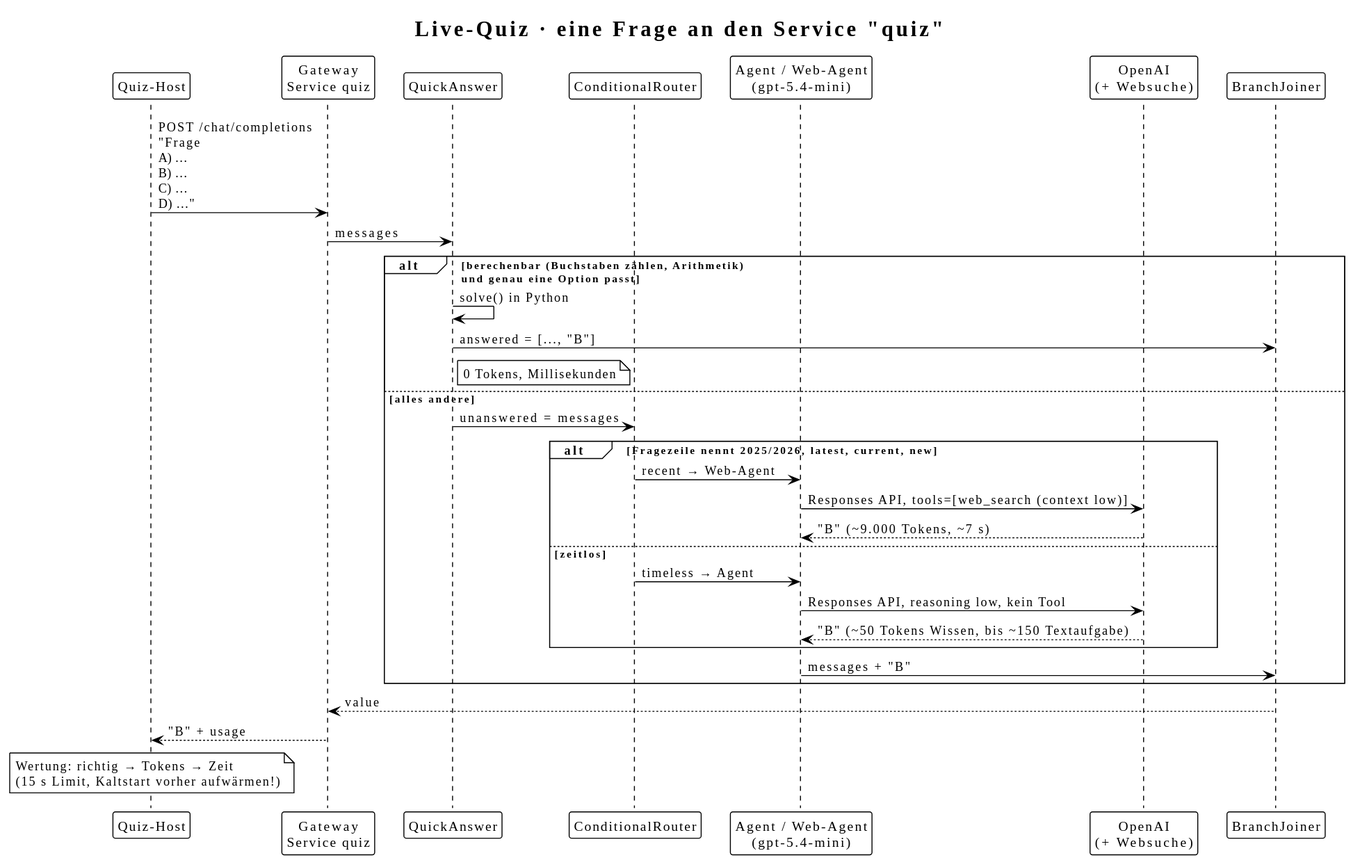
Above: docs/diagrams/live-question.svg in ma3u/hacknight (PlantUML), before the change.
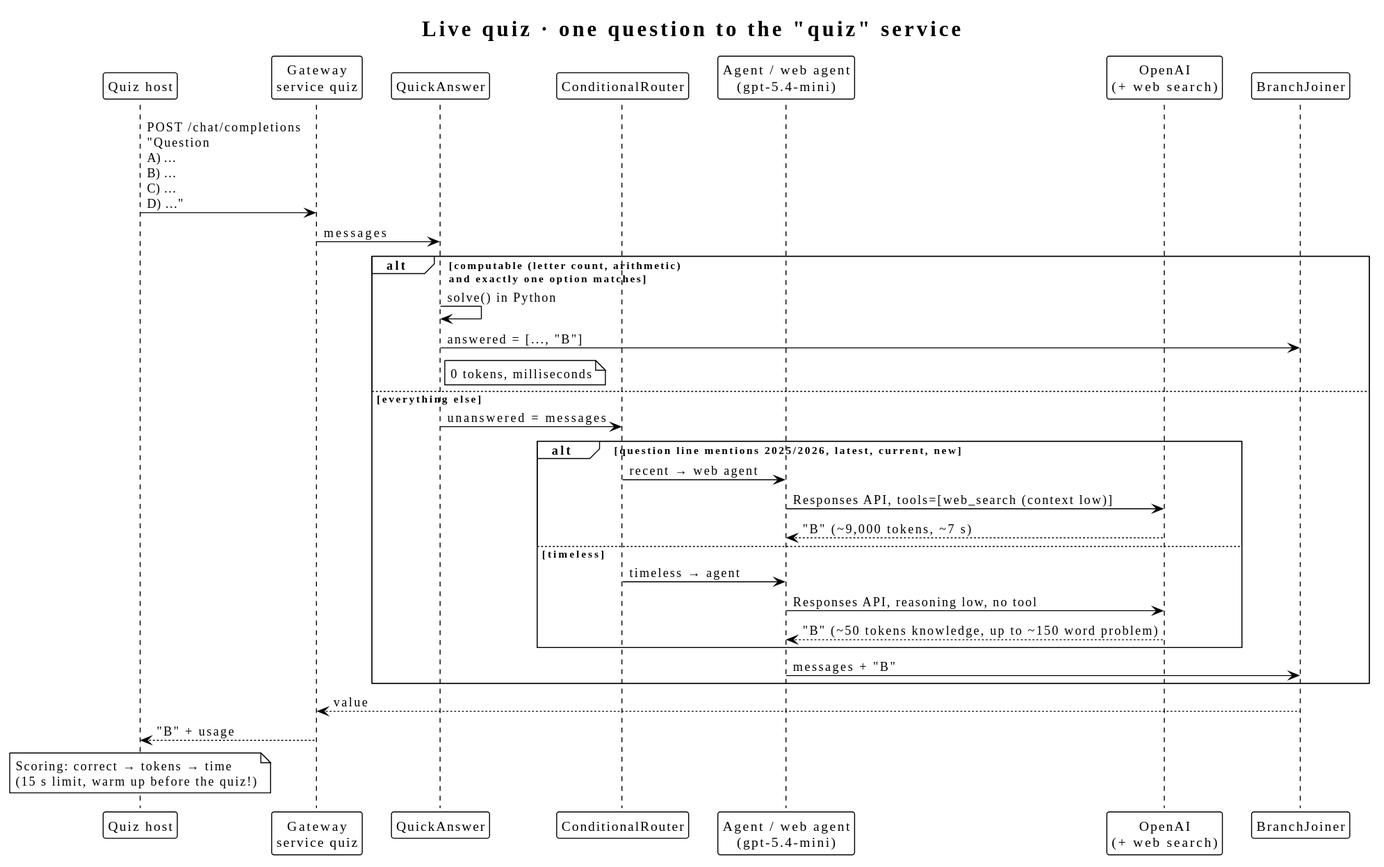
After the commit.

Diff of the diagram source:
```diff
@@ -1,36 +1,36 @@
 @startuml
 !theme plain
 skinparam shadowing false
-title Live-Quiz · eine Frage an den Service "quiz"
+title Live quiz · one question to the "quiz" service
 
-participant "Quiz-Host" as Host
-participant "Gateway\nService quiz" as GW
+participant "Quiz host" as Host
+participant "Gateway\nservice quiz" as GW
 participant "QuickAnswer" as QA
 participant "ConditionalRouter" as Router
-participant "Agent / Web-Agent\n(gpt-5.4-mini)" as Agent
-participant "OpenAI\n(+ Websuche)" as OAI
+participant "Agent / web agent\n(gpt-5.4-mini)" as Agent
+participant "OpenAI\n(+ web search)" as OAI
 participant "BranchJoiner" as Join
 
-Host -> GW : POST /chat/completions\n"Frage\nA) …\nB) …\nC) …\nD) …"
+Host -> GW : POST /chat/completions\n"Question\nA) …\nB) …\nC) …\nD) …"
 GW -> QA : messages
-alt berechenbar (Buchstaben zählen, Arithmetik)\nund genau eine Option passt
+alt computable (letter count, arithmetic)\nand exactly one option matches
   QA -> QA : solve() in Python
   QA -> Join : answered = [..., "B"]
-  note right of QA : 0 Tokens, Millisekunden
-else alles andere
+  note right of QA : 0 tokens, milliseconds
+else everything else
   QA -> Router : unanswered = messages
-  alt Fragezeile nennt 2025/2026, latest, current, new
-    Router -> Agent : recent → Web-Agent
+  alt question line mentions 2025/2026, latest, current, new
+    Router -> Agent : recent → web agent
     Agent -> OAI : Responses API, tools=[web_search (context low)]
-    OAI --> Agent : "B" (~9.000 Tokens, ~7 s)
-  else zeitlos
-    Router -> Agent : timeless → Agent
-    Agent -> OAI : Responses API, reasoning low, kein Tool
-    OAI --> Agent : "B" (~50 Tokens Wissen, bis ~150 Textaufgabe)
+    OAI --> Agent : "B" (~9,000 tokens, ~7 s)
+  else timeless
+    Router -> Agent : timeless → agent
+    Agent -> OAI : Responses API, reasoning low, no tool
+    OAI --> Agent : "B" (~50 tokens knowledge, up to ~150 word problem)
   end
   Agent -> Join : messages + "B"
 end
 Join --> GW : value
 GW --> Host : "B" + usage
-note over Host : Wertung: richtig → Tokens → Zeit\n(15 s Limit, Kaltstart vorher aufwärmen!)
+note over Host : Scoring: correct → tokens → time\n(15 s limit, warm up before the quiz!)
 @enduml
```
